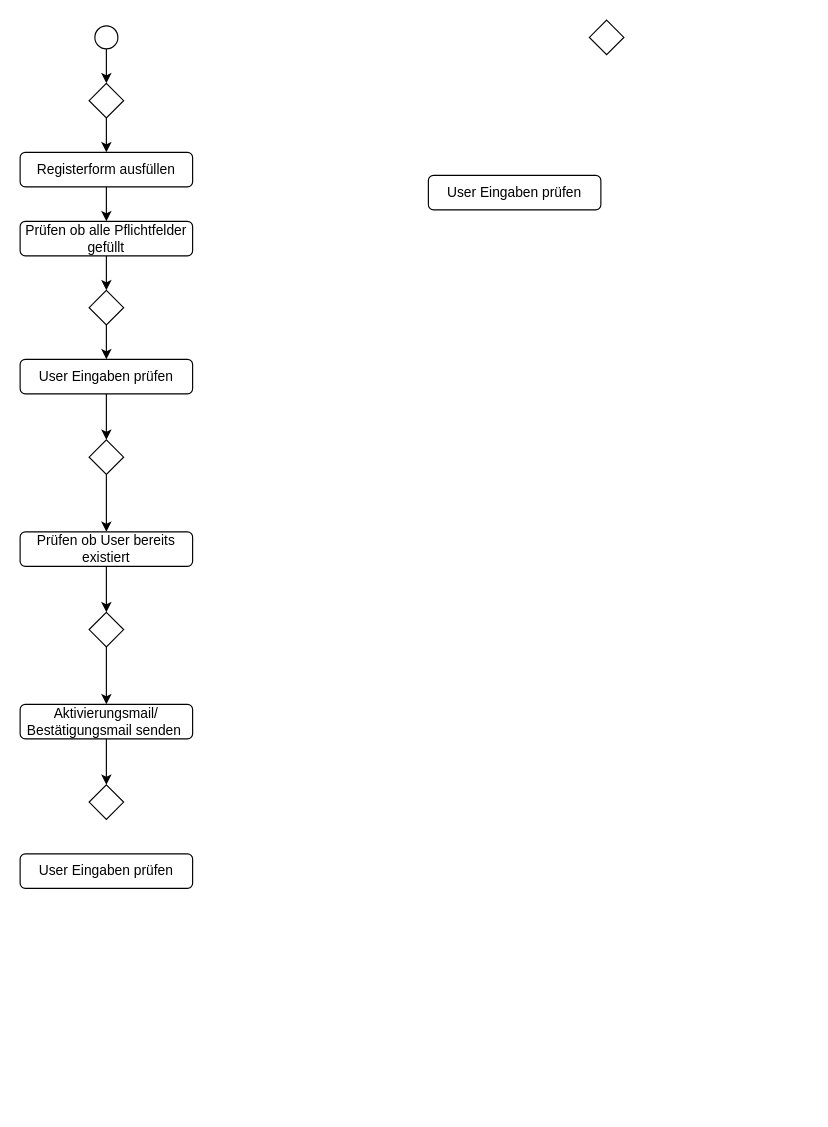
Above: db-files/db-diagram.drawio in Txpert/Git-Level-3 (draw.io), before the change. Source tidied: cells renumbered, new cells numbered last; positions are measured from the earlier drawing's top-left corner, leaving out a move shared by most shapes. Both pictures are drawn from the tidied source at 115%, with x=0, y=0 at pixel (20, 20).
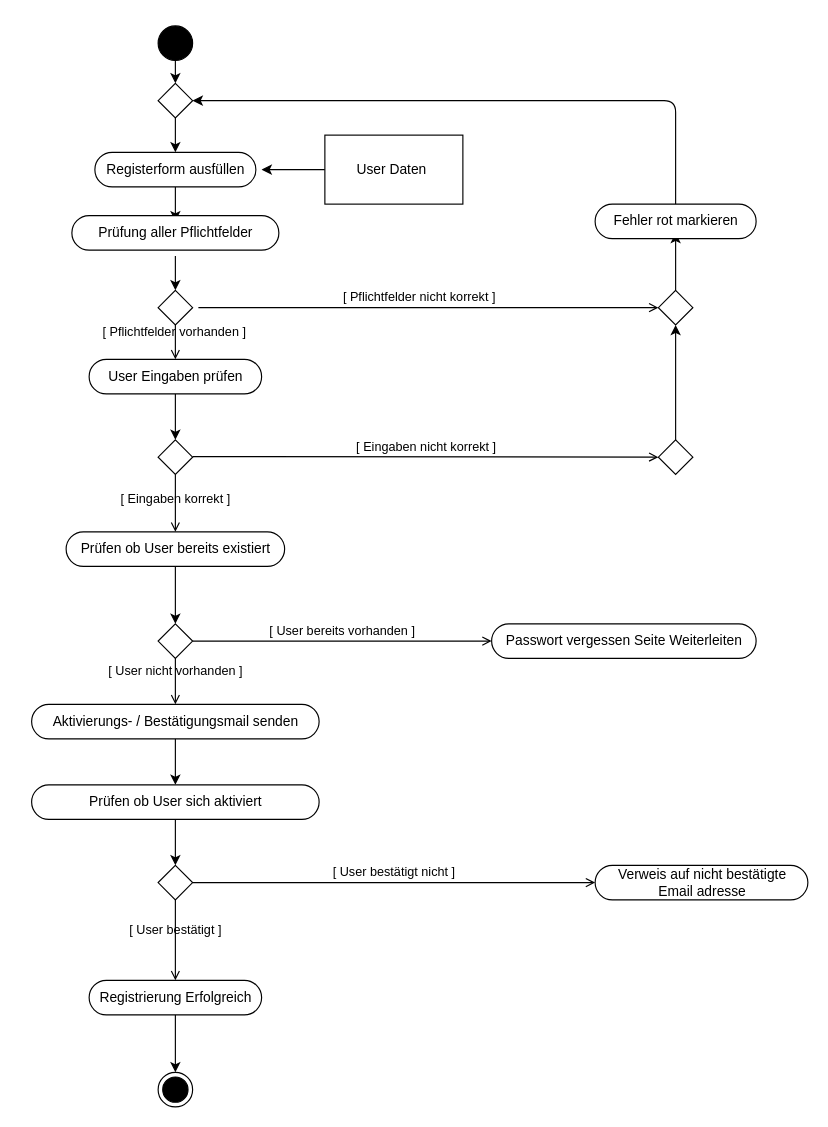
After the change.

Diff of the diagram source:
```diff
@@
-    <mxCell id="2" style="edgeStyle=none;html=1;" parent="1" edge="1" source="3" target="19">
-      <mxGeometry relative="1" as="geometry" />
+    <mxCell id="2" style="edgeStyle=none;html=1;" parent="1" edge="1" target="19">
+      <mxGeometry relative="1" as="geometry">
+        <mxPoint x="135" y="25" as="sourcePoint" />
+      </mxGeometry>
     </mxCell>
-    <mxCell id="3" style="ellipse;whiteSpace=wrap;html=1;" parent="1" vertex="1">
-      <mxGeometry x="65" y="5" width="20" height="20" as="geometry" />
-    </mxCell>
-    <mxCell id="4" style="edgeStyle=none;html=1;" parent="1" edge="1" source="5" target="21">
-      <mxGeometry relative="1" as="geometry" />
-    </mxCell>
     <mxCell id="5" style="rhombus;whiteSpace=wrap;html=1;" parent="1" vertex="1">
-      <mxGeometry x="60" y="365" width="30" height="30" as="geometry" />
+      <mxGeometry x="120" y="365" width="30" height="30" as="geometry" />
     </mxCell>
-    <mxCell id="6" style="edgeStyle=none;html=1;entryX=0.5;entryY=0;entryDx=0;entryDy=0;" parent="1" edge="1" source="7" target="23">
-      <mxGeometry relative="1" as="geometry" />
-    </mxCell>
     <mxCell id="7" style="rhombus;whiteSpace=wrap;html=1;" parent="1" vertex="1">
-      <mxGeometry x="60" y="515" width="30" height="30" as="geometry" />
+      <mxGeometry x="120" y="525" width="30" height="30" as="geometry" />
     </mxCell>
-    <mxCell id="8" style="rhombus;whiteSpace=wrap;html=1;" parent="1" vertex="1">
-      <mxGeometry x="495" width="30" height="30" as="geometry" />
-    </mxCell>
@@
-    <mxCell id="10" style="edgeStyle=none;html=1;" parent="1" edge="1" source="11" target="17">
-      <mxGeometry relative="1" as="geometry" />
+    <mxCell id="10" style="edgeStyle=none;html=1;" parent="1" edge="1" target="17">
+      <mxGeometry relative="1" as="geometry">
+        <mxPoint x="135" y="205" as="sourcePoint" />
+      </mxGeometry>
     </mxCell>
-    <mxCell id="11" value="Prüfen ob alle Pflichtfelder gefüllt" style="rounded=1;whiteSpace=wrap;html=1;" parent="1" vertex="1">
-      <mxGeometry y="175" width="150" height="30" as="geometry" />
-    </mxCell>
-    <mxCell id="12" style="edgeStyle=none;html=1;" parent="1" edge="1" source="13">
+    <mxCell id="12" style="edgeStyle=none;html=1;" parent="1" edge="1">
       <mxGeometry relative="1" as="geometry">
-        <mxPoint x="75" y="175" as="targetPoint" />
+        <mxPoint x="135" y="145" as="sourcePoint" />
+        <mxPoint x="135" y="175" as="targetPoint" />
       </mxGeometry>
     </mxCell>
-    <mxCell id="13" value="Registerform ausfüllen" style="rounded=1;whiteSpace=wrap;html=1;" parent="1" vertex="1">
-      <mxGeometry y="115" width="150" height="30" as="geometry" />
-    </mxCell>
-    <mxCell id="14" style="edgeStyle=none;html=1;" parent="1" edge="1" source="15" target="5">
-      <mxGeometry relative="1" as="geometry" />
+    <mxCell id="14" style="edgeStyle=none;html=1;" parent="1" edge="1" target="5">
+      <mxGeometry relative="1" as="geometry">
+        <mxPoint x="135" y="325" as="sourcePoint" />
+      </mxGeometry>
     </mxCell>
-    <mxCell id="15" value="User Eingaben prüfen" style="rounded=1;whiteSpace=wrap;html=1;" parent="1" vertex="1">
-      <mxGeometry y="295" width="150" height="30" as="geometry" />
-    </mxCell>
-    <mxCell id="16" style="edgeStyle=none;html=1;" parent="1" edge="1" source="17" target="15">
-      <mxGeometry relative="1" as="geometry" />
-    </mxCell>
     <mxCell id="17" style="rhombus;whiteSpace=wrap;html=1;" parent="1" vertex="1">
-      <mxGeometry x="60" y="235" width="30" height="30" as="geometry" />
+      <mxGeometry x="120" y="235" width="30" height="30" as="geometry" />
     </mxCell>
-    <mxCell id="18" style="edgeStyle=none;html=1;" parent="1" edge="1" source="19" target="13">
-      <mxGeometry relative="1" as="geometry" />
+    <mxCell id="18" style="edgeStyle=none;html=1;" parent="1" edge="1" source="19">
+      <mxGeometry relative="1" as="geometry">
+        <mxPoint x="135" y="115" as="targetPoint" />
+      </mxGeometry>
     </mxCell>
     <mxCell id="19" style="rhombus;whiteSpace=wrap;html=1;" parent="1" vertex="1">
-      <mxGeometry x="60" y="55" width="30" height="30" as="geometry" />
+      <mxGeometry x="120" y="55" width="30" height="30" as="geometry" />
     </mxCell>
-    <mxCell id="20" style="edgeStyle=none;html=1;" parent="1" edge="1" source="21" target="7">
-      <mxGeometry relative="1" as="geometry" />
+    <mxCell id="20" style="edgeStyle=none;html=1;" parent="1" edge="1" target="7">
+      <mxGeometry relative="1" as="geometry">
+        <mxPoint x="135" y="475" as="sourcePoint" />
+      </mxGeometry>
     </mxCell>
+    <mxCell id="22" style="edgeStyle=none;html=1;" parent="1" edge="1">
+      <mxGeometry relative="1" as="geometry">
+        <mxPoint x="135" y="625" as="sourcePoint" />
+        <mxPoint x="135" y="665" as="targetPoint" />
+      </mxGeometry>
+    </mxCell>
+    <mxCell id="27" style="edgeStyle=none;html=1;exitX=0.5;exitY=1;exitDx=0;exitDy=0;entryX=0.5;entryY=0;entryDx=0;entryDy=0;" parent="1" edge="1" target="34">
+      <mxGeometry relative="1" as="geometry">
+        <mxPoint x="135" y="695" as="sourcePoint" />
+      </mxGeometry>
+    </mxCell>
+    <mxCell id="28" style="edgeStyle=none;html=1;" parent="1" edge="1" source="29">
+      <mxGeometry relative="1" as="geometry">
+        <mxPoint x="210" y="130" as="targetPoint" />
+      </mxGeometry>
+    </mxCell>
+    <mxCell id="29" value="User Daten&amp;nbsp;" style="rounded=0;whiteSpace=wrap;html=1;" parent="1" vertex="1">
+      <mxGeometry x="265" y="100" width="120" height="60" as="geometry" />
+    </mxCell>
+    <mxCell id="30" style="edgeStyle=none;html=1;" parent="1" edge="1" source="31">
+      <mxGeometry relative="1" as="geometry">
+        <mxPoint x="570" y="185" as="targetPoint" />
+      </mxGeometry>
+    </mxCell>
+    <mxCell id="31" style="rhombus;whiteSpace=wrap;html=1;" parent="1" vertex="1">
+      <mxGeometry x="555" y="235" width="30" height="30" as="geometry" />
+    </mxCell>
+    <mxCell id="32" style="edgeStyle=none;html=1;" parent="1" edge="1" source="33" target="31">
+      <mxGeometry relative="1" as="geometry" />
+    </mxCell>
+    <mxCell id="33" style="rhombus;whiteSpace=wrap;html=1;" parent="1" vertex="1">
+      <mxGeometry x="555" y="365" width="30" height="30" as="geometry" />
+    </mxCell>
+    <mxCell id="34" style="rhombus;whiteSpace=wrap;html=1;" parent="1" vertex="1">
+      <mxGeometry x="120" y="735" width="30" height="30" as="geometry" />
+    </mxCell>
+    <mxCell id="35" style="ellipse;fillColor=strokeColor;" parent="1" vertex="1">
+      <mxGeometry x="120" y="5" width="30" height="30" as="geometry" />
+    </mxCell>
+    <mxCell id="36" style="ellipse;html=1;shape=endState;fillColor=strokeColor;" parent="1" vertex="1">
+      <mxGeometry x="120" y="915" width="30" height="30" as="geometry" />
+    </mxCell>
+    <mxCell id="37" value="Prüfung aller Pflichtfelder" style="html=1;dashed=0;whitespace=wrap;shape=mxgraph.dfd.start;" parent="1" vertex="1">
+      <mxGeometry x="45" y="170" width="180" height="30" as="geometry" />
+    </mxCell>
+    <mxCell id="38" value="User Eingaben prüfen" style="html=1;dashed=0;whitespace=wrap;shape=mxgraph.dfd.start;" parent="1" vertex="1">
+      <mxGeometry x="60" y="295" width="150" height="30" as="geometry" />
+    </mxCell>
+    <mxCell id="13" value="Registerform ausfüllen" style="html=1;dashed=0;whitespace=wrap;shape=mxgraph.dfd.start;" parent="1" vertex="1">
+      <mxGeometry x="65" y="115" width="140" height="30" as="geometry" />
+    </mxCell>
-    <mxCell id="21" value="Prüfen ob User bereits existiert" style="rounded=1;whiteSpace=wrap;html=1;" parent="1" vertex="1">
-      <mxGeometry y="445" width="150" height="30" as="geometry" />
+    <mxCell id="21" value="Prüfen ob User bereits existiert" style="html=1;dashed=0;whitespace=wrap;shape=mxgraph.dfd.start;" parent="1" vertex="1">
+      <mxGeometry x="40" y="445" width="190" height="30" as="geometry" />
     </mxCell>
-    <mxCell id="22" style="edgeStyle=none;html=1;" parent="1" edge="1" source="23" target="24">
-      <mxGeometry relative="1" as="geometry" />
-    </mxCell>
-    <mxCell id="23" value="Aktivierungsmail/ Bestätigungsmail senden&amp;nbsp;" style="rounded=1;whiteSpace=wrap;html=1;" parent="1" vertex="1">
-      <mxGeometry y="595" width="150" height="30" as="geometry" />
-    </mxCell>
-    <mxCell id="24" style="rhombus;whiteSpace=wrap;html=1;" parent="1" vertex="1">
-      <mxGeometry x="60" y="665" width="30" height="30" as="geometry" />
-    </mxCell>
-    <mxCell id="25" value="User Eingaben prüfen" style="rounded=1;whiteSpace=wrap;html=1;" parent="1" vertex="1">
-      <mxGeometry x="355" y="135" width="150" height="30" as="geometry" />
-    </mxCell>
-    <mxCell id="26" value="User Eingaben prüfen" style="rounded=1;whiteSpace=wrap;html=1;" parent="1" vertex="1">
-      <mxGeometry y="725" width="150" height="30" as="geometry" />
-    </mxCell>
+    <mxCell id="39" value="Aktivierungs- / Bestätigungsmail senden" style="html=1;dashed=0;whitespace=wrap;shape=mxgraph.dfd.start;" parent="1" vertex="1">
+      <mxGeometry x="10" y="595" width="250" height="30" as="geometry" />
+    </mxCell>
+    <mxCell id="40" style="edgeStyle=none;html=1;entryX=1;entryY=0.5;entryDx=0;entryDy=0;" parent="1" edge="1" source="41" target="19">
+      <mxGeometry relative="1" as="geometry">
+        <Array as="points">
+          <mxPoint x="570" y="70" />
+        </Array>
+      </mxGeometry>
+    </mxCell>
+    <mxCell id="41" value="Fehler rot markieren" style="html=1;dashed=0;whitespace=wrap;shape=mxgraph.dfd.start;" parent="1" vertex="1">
+      <mxGeometry x="500" y="160" width="140" height="30" as="geometry" />
+    </mxCell>
+    <mxCell id="42" style="edgeStyle=none;html=1;" parent="1" edge="1" source="43" target="36">
+      <mxGeometry relative="1" as="geometry" />
+    </mxCell>
+    <mxCell id="43" value="Registrierung Erfolgreich" style="html=1;dashed=0;whitespace=wrap;shape=mxgraph.dfd.start;" parent="1" vertex="1">
+      <mxGeometry x="60" y="835" width="150" height="30" as="geometry" />
+    </mxCell>
+    <mxCell id="44" value="Passwort vergessen Seite Weiterleiten" style="html=1;dashed=0;whitespace=wrap;shape=mxgraph.dfd.start;" parent="1" vertex="1">
+      <mxGeometry x="410" y="525" width="230" height="30" as="geometry" />
+    </mxCell>
+    <mxCell id="45" value="[ User bereits vorhanden ]" style="html=1;verticalAlign=bottom;labelBackgroundColor=none;endArrow=open;endFill=0;exitX=1;exitY=0.5;exitDx=0;exitDy=0;entryX=0;entryY=0.5;entryDx=0;entryDy=0;entryPerimeter=0;" parent="1" edge="1" source="7" target="44">
+      <mxGeometry relative="1" as="geometry" />
+    </mxCell>
+    <mxCell id="46" value="[ Pflichtfelder nicht korrekt ]" style="html=1;verticalAlign=bottom;labelBackgroundColor=none;endArrow=open;endFill=0;entryX=0;entryY=0.5;entryDx=0;entryDy=0;" parent="1" edge="1" target="31">
+      <mxGeometry x="-0.04" relative="1" as="geometry">
+        <mxPoint x="155" y="250" as="sourcePoint" />
+      </mxGeometry>
+    </mxCell>
+    <mxCell id="47" value="[ Eingaben nicht korrekt ]" style="html=1;verticalAlign=bottom;labelBackgroundColor=none;endArrow=open;endFill=0;exitX=1;exitY=0.5;exitDx=0;exitDy=0;entryX=0;entryY=0.5;entryDx=0;entryDy=0;" parent="1" edge="1" target="33">
+      <mxGeometry relative="1" as="geometry">
+        <mxPoint x="150" y="379.5" as="sourcePoint" />
+      </mxGeometry>
+    </mxCell>
+    <mxCell id="48" value="[ Pflichtfelder vorhanden ]" style="html=1;verticalAlign=bottom;labelBackgroundColor=none;endArrow=open;endFill=0;exitX=0.5;exitY=1;exitDx=0;exitDy=0;entryX=0.5;entryY=0.5;entryDx=0;entryDy=-15;entryPerimeter=0;" parent="1" edge="1" source="17" target="38">
+      <mxGeometry y="-1" relative="1" as="geometry" />
+    </mxCell>
+    <mxCell id="4" value="[ Eingaben korrekt ]" style="html=1;verticalAlign=bottom;labelBackgroundColor=none;endArrow=open;endFill=0;exitX=0.5;exitY=1;exitDx=0;exitDy=0;entryX=0.5;entryY=0.5;entryDx=0;entryDy=-15;entryPerimeter=0;" parent="1" edge="1" source="5" target="21">
+      <mxGeometry x="0.2" relative="1" as="geometry" />
+    </mxCell>
+    <mxCell id="49" value="[ User nicht vorhanden ]" style="html=1;verticalAlign=bottom;labelBackgroundColor=none;endArrow=open;endFill=0;entryX=0.5;entryY=0.5;entryDx=0;entryDy=-15;entryPerimeter=0;exitX=0.5;exitY=1;exitDx=0;exitDy=0;" parent="1" edge="1" source="7" target="39">
+      <mxGeometry relative="1" as="geometry" />
+    </mxCell>
+    <mxCell id="50" value="Prüfen ob User sich aktiviert" style="html=1;dashed=0;whitespace=wrap;shape=mxgraph.dfd.start;" parent="1" vertex="1">
+      <mxGeometry x="10" y="665" width="250" height="30" as="geometry" />
+    </mxCell>
+    <mxCell id="51" value="Verweis auf nicht bestätigte &lt;br&gt;Email adresse" style="html=1;dashed=0;whitespace=wrap;shape=mxgraph.dfd.start;" parent="1" vertex="1">
+      <mxGeometry x="500" y="735" width="185" height="30" as="geometry" />
+    </mxCell>
+    <mxCell id="52" value="[ User bestätigt nicht ]" style="html=1;verticalAlign=bottom;labelBackgroundColor=none;endArrow=open;endFill=0;entryX=0;entryY=0.5;entryDx=0;entryDy=0;entryPerimeter=0;exitX=1;exitY=0.5;exitDx=0;exitDy=0;" parent="1" edge="1" source="34" target="51">
+      <mxGeometry relative="1" as="geometry" />
+    </mxCell>
+    <mxCell id="53" value="[ User bestätigt ]" style="html=1;verticalAlign=bottom;labelBackgroundColor=none;endArrow=open;endFill=0;exitX=0.5;exitY=1;exitDx=0;exitDy=0;entryX=0.5;entryY=0.5;entryDx=0;entryDy=-15;entryPerimeter=0;" parent="1" edge="1" source="34" target="43">
+      <mxGeometry relative="1" as="geometry" />
+    </mxCell>
```
